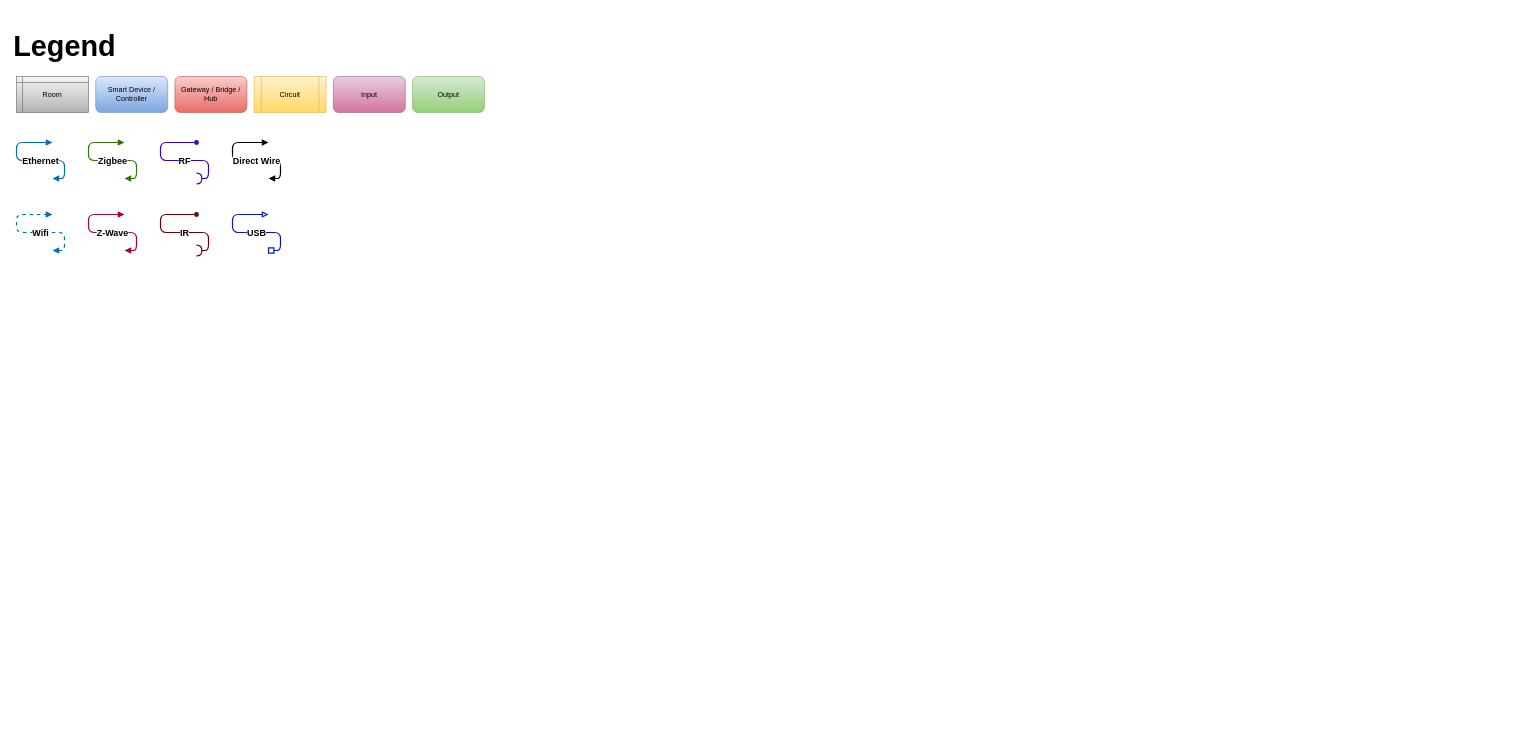
fortepc/My-Home-Assistant keeps this draw.io diagram as MasterPlan.drawio. Above is the earlier version. Source tidied: cells renumbered, new cells numbered last; positions are measured from the earlier drawing's top-left corner, leaving out a move shared by most shapes. Both pictures are drawn from the tidied source at 60%, with x=0, y=0 at pixel (10, 16).
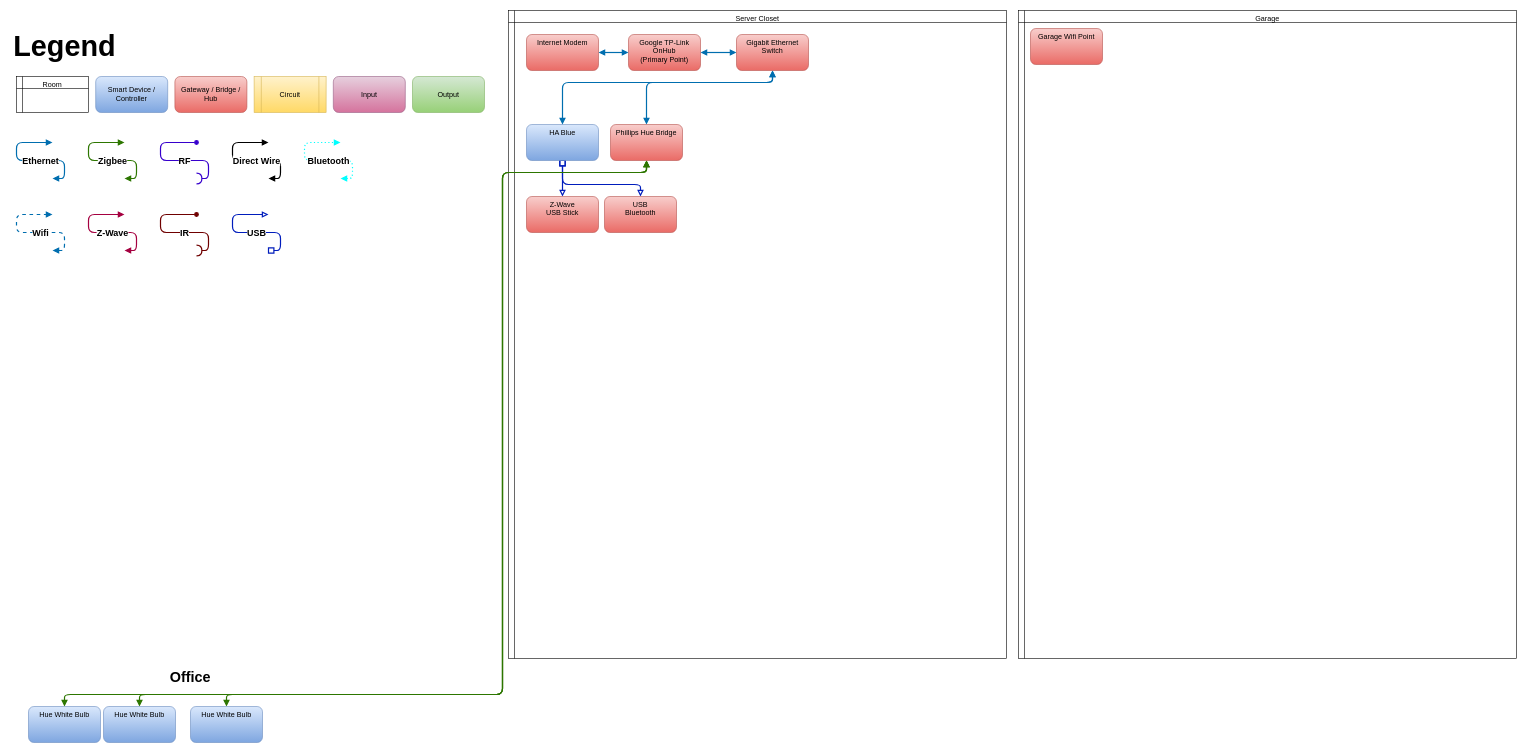
The same page after the edit.

The edit, as a diff of the source:
```diff
@@
+    <mxCell id="17" value="Server Closet" style="shape=internalStorage;whiteSpace=wrap;html=1;backgroundOutline=1;dx=10;dy=20;fillColor=none;verticalAlign=top;" parent="1" vertex="1">
+      <mxGeometry x="830" y="-10" width="830" height="1080" as="geometry" />
+    </mxCell>
@@
-    <mxCell id="8" value="Room" style="shape=internalStorage;whiteSpace=wrap;html=1;backgroundOutline=1;dx=10;dy=10;gradientColor=#b3b3b3;fillColor=#f5f5f5;strokeColor=#666666;" parent="1" vertex="1">
+    <mxCell id="8" value="Room" style="shape=internalStorage;whiteSpace=wrap;html=1;backgroundOutline=1;dx=10;dy=20;fillColor=none;verticalAlign=top;" parent="1" vertex="1">
       <mxGeometry x="10" y="100" width="120" height="60" as="geometry" />
     </mxCell>
@@
+    <mxCell id="18" value="Garage" style="shape=internalStorage;whiteSpace=wrap;html=1;backgroundOutline=1;dx=10;dy=20;fillColor=none;verticalAlign=top;" parent="1" vertex="1">
+      <mxGeometry x="1680" y="-10" width="830" height="1080" as="geometry" />
+    </mxCell>
+    <mxCell id="19" value="Garage Wifi Point" style="rounded=1;whiteSpace=wrap;html=1;gradientColor=#ea6b66;fillColor=#f8cecc;strokeColor=#b85450;verticalAlign=top;" parent="1" vertex="1">
+      <mxGeometry x="1700" y="20" width="120" height="60" as="geometry" />
+    </mxCell>
+    <mxCell id="20" style="edgeStyle=orthogonalEdgeStyle;rounded=1;jettySize=auto;html=1;exitX=0.5;exitY=1;exitDx=0;exitDy=0;entryX=0.5;entryY=0;entryDx=0;entryDy=0;startArrow=box;startFill=0;endArrow=block;endFill=0;strokeColor=#001DBC;fontSize=15;fontStyle=1;strokeWidth=2;fillColor=#0050ef;" parent="1" edge="1" source="22" target="23">
+      <mxGeometry relative="1" as="geometry" />
+    </mxCell>
+    <mxCell id="21" style="edgeStyle=orthogonalEdgeStyle;rounded=1;jettySize=auto;html=1;exitX=0.5;exitY=1;exitDx=0;exitDy=0;entryX=0.5;entryY=0;entryDx=0;entryDy=0;startArrow=box;startFill=0;endArrow=block;endFill=0;strokeColor=#001DBC;fontSize=15;fontStyle=1;strokeWidth=2;fillColor=#0050ef;" parent="1" edge="1" source="22" target="24">
+      <mxGeometry relative="1" as="geometry">
+        <Array as="points">
+          <mxPoint x="920" y="280" />
+          <mxPoint x="1050" y="280" />
+        </Array>
+      </mxGeometry>
+    </mxCell>
+    <mxCell id="22" value="HA Blue" style="rounded=1;whiteSpace=wrap;html=1;gradientColor=#7ea6e0;fillColor=#dae8fc;strokeColor=#6c8ebf;verticalAlign=top;" parent="1" vertex="1">
+      <mxGeometry x="860" y="180" width="120" height="60" as="geometry" />
+    </mxCell>
+    <mxCell id="23" value="Z-Wave&lt;br&gt;USB Stick" style="rounded=1;whiteSpace=wrap;html=1;gradientColor=#ea6b66;fillColor=#f8cecc;strokeColor=#b85450;verticalAlign=top;" parent="1" vertex="1">
+      <mxGeometry x="860" y="300" width="120" height="60" as="geometry" />
+    </mxCell>
+    <mxCell id="24" value="USB &lt;br&gt;Bluetooth" style="rounded=1;whiteSpace=wrap;html=1;gradientColor=#ea6b66;fillColor=#f8cecc;strokeColor=#b85450;verticalAlign=top;" parent="1" vertex="1">
+      <mxGeometry x="990" y="300" width="120" height="60" as="geometry" />
+    </mxCell>
+    <mxCell id="25" style="edgeStyle=orthogonalEdgeStyle;rounded=1;jettySize=auto;html=1;startArrow=block;startFill=1;endArrow=block;endFill=1;strokeColor=#006EAF;fontSize=15;fontStyle=1;strokeWidth=2;fillColor=#1ba1e2;" parent="1" edge="1" source="26" target="28">
+      <mxGeometry relative="1" as="geometry" />
+    </mxCell>
+    <mxCell id="26" value="Internet Modem" style="rounded=1;whiteSpace=wrap;html=1;gradientColor=#ea6b66;fillColor=#f8cecc;strokeColor=#b85450;verticalAlign=top;" parent="1" vertex="1">
+      <mxGeometry x="860" y="30" width="120" height="60" as="geometry" />
+    </mxCell>
+    <mxCell id="27" style="edgeStyle=orthogonalEdgeStyle;rounded=1;jettySize=auto;html=1;startArrow=block;startFill=1;endArrow=block;endFill=1;strokeColor=#006EAF;fontSize=15;fontStyle=1;strokeWidth=2;fillColor=#1ba1e2;" parent="1" edge="1" source="28" target="31">
+      <mxGeometry relative="1" as="geometry" />
+    </mxCell>
+    <mxCell id="28" value="Google TP-Link OnHub&lt;br&gt;(Primary Point)" style="rounded=1;whiteSpace=wrap;html=1;gradientColor=#ea6b66;fillColor=#f8cecc;strokeColor=#b85450;verticalAlign=top;" parent="1" vertex="1">
+      <mxGeometry x="1030" y="30" width="120" height="60" as="geometry" />
+    </mxCell>
+    <mxCell id="29" style="edgeStyle=orthogonalEdgeStyle;rounded=1;jettySize=auto;html=1;exitX=0.5;exitY=1;exitDx=0;exitDy=0;entryX=0.5;entryY=0;entryDx=0;entryDy=0;startArrow=block;startFill=1;endArrow=block;endFill=1;strokeColor=#006EAF;fontSize=15;fontStyle=1;strokeWidth=2;fillColor=#1ba1e2;" parent="1" edge="1" source="31" target="22">
+      <mxGeometry relative="1" as="geometry">
+        <Array as="points">
+          <mxPoint x="1270" y="110" />
+          <mxPoint x="920" y="110" />
+        </Array>
+      </mxGeometry>
+    </mxCell>
+    <mxCell id="30" style="edgeStyle=orthogonalEdgeStyle;rounded=1;jettySize=auto;html=1;exitX=0.5;exitY=1;exitDx=0;exitDy=0;startArrow=block;startFill=1;endArrow=block;endFill=1;strokeColor=#006EAF;fontSize=15;fontStyle=1;strokeWidth=2;fillColor=#1ba1e2;" parent="1" edge="1" source="31" target="35">
+      <mxGeometry relative="1" as="geometry">
+        <Array as="points">
+          <mxPoint x="1270" y="110" />
+          <mxPoint x="1060" y="110" />
+        </Array>
+      </mxGeometry>
+    </mxCell>
+    <mxCell id="31" value="Gigabit Ethernet Switch" style="rounded=1;whiteSpace=wrap;html=1;gradientColor=#ea6b66;fillColor=#f8cecc;strokeColor=#b85450;verticalAlign=top;" parent="1" vertex="1">
+      <mxGeometry x="1210" y="30" width="120" height="60" as="geometry" />
+    </mxCell>
+    <mxCell id="32" style="edgeStyle=orthogonalEdgeStyle;rounded=1;jettySize=auto;html=1;startArrow=block;startFill=1;endArrow=block;endFill=1;strokeColor=#2D7600;fontSize=15;fontStyle=1;strokeWidth=2;fillColor=#60a917;" parent="1" edge="1" source="35" target="38">
+      <mxGeometry relative="1" as="geometry">
+        <Array as="points">
+          <mxPoint x="1060" y="260" />
+          <mxPoint x="820" y="260" />
+          <mxPoint x="820" y="1130" />
+          <mxPoint x="360" y="1130" />
+        </Array>
+      </mxGeometry>
+    </mxCell>
+    <mxCell id="33" style="edgeStyle=orthogonalEdgeStyle;rounded=1;jettySize=auto;html=1;startArrow=block;startFill=1;endArrow=block;endFill=1;strokeColor=#2D7600;fontSize=15;fontStyle=1;strokeWidth=2;fillColor=#60a917;" parent="1" edge="1" source="35" target="37">
+      <mxGeometry relative="1" as="geometry">
+        <Array as="points">
+          <mxPoint x="1060" y="260" />
+          <mxPoint x="820" y="260" />
+          <mxPoint x="820" y="1130" />
+          <mxPoint x="215" y="1130" />
+        </Array>
+      </mxGeometry>
+    </mxCell>
+    <mxCell id="34" style="edgeStyle=orthogonalEdgeStyle;rounded=1;jettySize=auto;html=1;startArrow=block;startFill=1;endArrow=block;endFill=1;strokeColor=#2D7600;fontSize=15;fontStyle=1;strokeWidth=2;fillColor=#60a917;" parent="1" edge="1" source="35" target="36">
+      <mxGeometry relative="1" as="geometry">
+        <Array as="points">
+          <mxPoint x="1060" y="260" />
+          <mxPoint x="820" y="260" />
+          <mxPoint x="820" y="1130" />
+          <mxPoint x="90" y="1130" />
+        </Array>
+      </mxGeometry>
+    </mxCell>
+    <mxCell id="35" value="Phillips Hue Bridge" style="rounded=1;whiteSpace=wrap;html=1;gradientColor=#ea6b66;fillColor=#f8cecc;strokeColor=#b85450;verticalAlign=top;" parent="1" vertex="1">
+      <mxGeometry x="1000" y="180" width="120" height="60" as="geometry" />
+    </mxCell>
+    <mxCell id="36" value="Hue White Bulb" style="rounded=1;whiteSpace=wrap;html=1;gradientColor=#7ea6e0;fillColor=#dae8fc;strokeColor=#6c8ebf;verticalAlign=top;" parent="1" vertex="1">
+      <mxGeometry x="30" y="1150" width="120" height="60" as="geometry" />
+    </mxCell>
+    <mxCell id="37" value="Hue White Bulb" style="rounded=1;whiteSpace=wrap;html=1;gradientColor=#7ea6e0;fillColor=#dae8fc;strokeColor=#6c8ebf;verticalAlign=top;" parent="1" vertex="1">
+      <mxGeometry x="155" y="1150" width="120" height="60" as="geometry" />
+    </mxCell>
+    <mxCell id="38" value="Hue White Bulb" style="rounded=1;whiteSpace=wrap;html=1;gradientColor=#7ea6e0;fillColor=#dae8fc;strokeColor=#6c8ebf;verticalAlign=top;" parent="1" vertex="1">
+      <mxGeometry x="300" y="1150" width="120" height="60" as="geometry" />
+    </mxCell>
+    <mxCell id="39" value="Bluetooth" style="edgeStyle=orthogonalEdgeStyle;orthogonalLoop=1;jettySize=auto;html=1;startArrow=block;startFill=1;endArrow=block;endFill=1;strokeWidth=2;fillColor=#1ba1e2;fontStyle=1;fontSize=15;dashed=1;strokeColor=#00FFFF;dashPattern=1 2;jumpSize=6;" parent="1" edge="1">
+      <mxGeometry x="-0.18" relative="1" as="geometry">
+        <mxPoint x="550" y="270" as="sourcePoint" />
+        <mxPoint x="550" y="210" as="targetPoint" />
+        <Array as="points">
+          <mxPoint x="570" y="270" />
+          <mxPoint x="570" y="240" />
+          <mxPoint x="490" y="240" />
+          <mxPoint x="490" y="210" />
+        </Array>
+      </mxGeometry>
+    </mxCell>
+    <mxCell id="40" value="&lt;h1&gt;Office&lt;/h1&gt;" style="text;html=1;strokeColor=none;fillColor=none;align=center;verticalAlign=middle;whiteSpace=wrap;rounded=0;" parent="1" vertex="1">
+      <mxGeometry x="280" y="1091" width="40" height="20" as="geometry" />
+    </mxCell>
```
